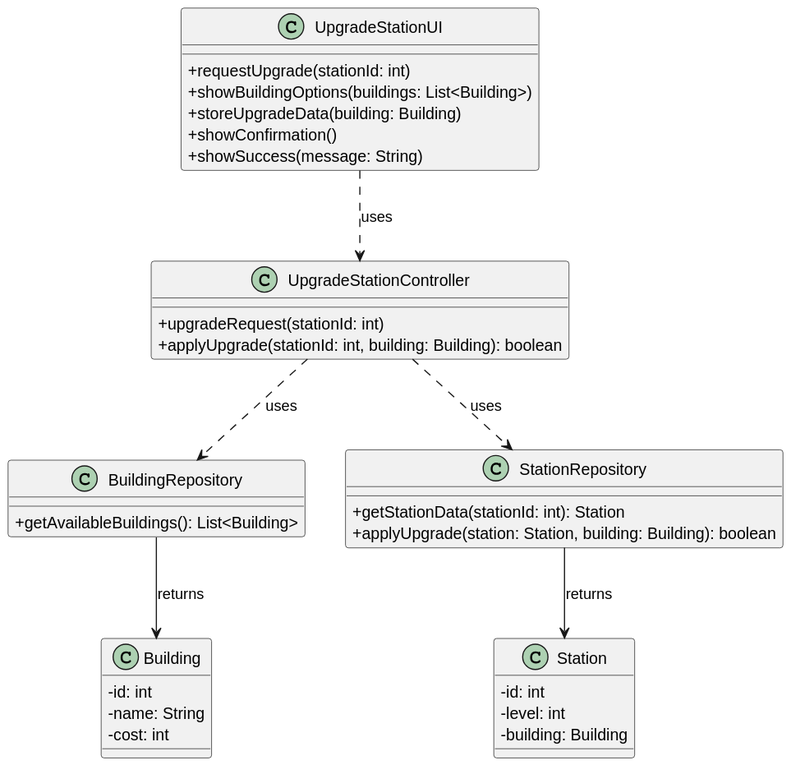
Before: docs/system-documentation/US006/03.design/svg/US006-CD.svg, a diagram exported from PlantUML (goncalolopesp/sem2-pi-24.25-g093-repo). Its diagram source:
```plantuml
@startuml
skinparam packageStyle rectangle
skinparam shadowing false
skinparam linetype polyline
skinparam classAttributeIconSize 0

class UpgradeStationUI {
  + requestUpgrade(stationId: int)
  + showBuildingOptions(buildings: List<Building>)
  + storeUpgradeData(building: Building)
  + showConfirmation()
  + showSuccess(message: String)
}

class UpgradeStationController {
  + upgradeRequest(stationId: int)
  + applyUpgrade(stationId: int, building: Building): boolean
}

class BuildingRepository {
  + getAvailableBuildings(): List<Building>
}

class StationRepository {
  + getStationData(stationId: int): Station
  + applyUpgrade(station: Station, building: Building): boolean
}

class Building {
  - id: int
  - name: String
  - cost: int
}

class Station {
  - id: int
  - level: int
  - building: Building
}

UpgradeStationUI ..> UpgradeStationController     : uses
UpgradeStationController ..> BuildingRepository   : uses
UpgradeStationController ..> StationRepository    : uses

BuildingRepository --> Building    : returns
StationRepository  --> Station     : returns
@enduml
```
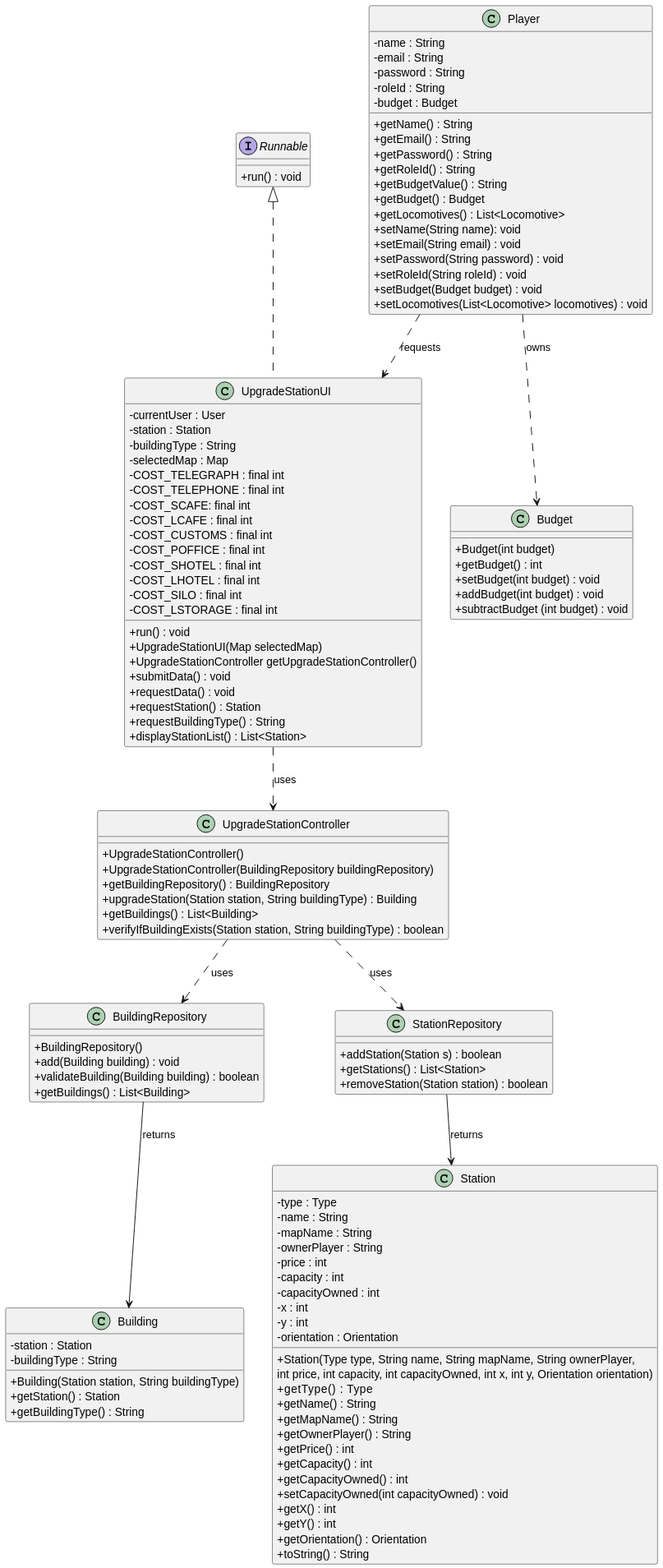
The same diagram one commit later.

Change to the diagram source:
```diff
@@ -4,39 +4,124 @@
 skinparam linetype polyline
 skinparam classAttributeIconSize 0
 
-class UpgradeStationUI {
-  + requestUpgrade(stationId: int)
-  + showBuildingOptions(buildings: List<Building>)
-  + storeUpgradeData(building: Building)
-  + showConfirmation()
-  + showSuccess(message: String)
+interface Runnable{
+    + run() : void
+}
+class UpgradeStationUI implements Runnable {
+  - currentUser : User
+  - station : Station
+  - buildingType : String
+  - selectedMap : Map
+  - COST_TELEGRAPH : final int
+  - COST_TELEPHONE : final int
+  - COST_SCAFE: final int
+  - COST_LCAFE : final int
+  - COST_CUSTOMS : final int
+  - COST_POFFICE : final int
+  - COST_SHOTEL : final int
+  - COST_LHOTEL : final int
+  - COST_SILO : final int
+  - COST_LSTORAGE : final int
+  + run() : void
+  + UpgradeStationUI(Map selectedMap)
+  + UpgradeStationController getUpgradeStationController()
+  + submitData() : void
+  + requestData() : void
+  + requestStation() : Station
+  + requestBuildingType() : String
+  + displayStationList() : List<Station>
 }
 
 class UpgradeStationController {
-  + upgradeRequest(stationId: int)
-  + applyUpgrade(stationId: int, building: Building): boolean
+  + UpgradeStationController()
+  + UpgradeStationController(BuildingRepository buildingRepository)
+  + getBuildingRepository() : BuildingRepository
+  + upgradeStation(Station station, String buildingType) : Building
+  + getBuildings() : List<Building>
+  + verifyIfBuildingExists(Station station, String buildingType) : boolean
 }
 
 class BuildingRepository {
-  + getAvailableBuildings(): List<Building>
+  + BuildingRepository()
+  + add(Building building) : void
+  + validateBuilding(Building building) : boolean
+  + getBuildings() : List<Building>
 }
 
 class StationRepository {
-  + getStationData(stationId: int): Station
-  + applyUpgrade(station: Station, building: Building): boolean
+  + addStation(Station s) : boolean
+  + getStations() : List<Station>
+  + removeStation(Station station) : boolean
 }
 
 class Building {
-  - id: int
-  - name: String
-  - cost: int
+  - station : Station
+  - buildingType : String
+  + Building(Station station, String buildingType)
+  + getStation() : Station
+  + getBuildingType() : String
 }
 
 class Station {
-  - id: int
-  - level: int
-  - building: Building
+    - type : Type
+    - name : String
+    - mapName : String
+    - ownerPlayer : String
+    - price : int
+    - capacity : int
+    - capacityOwned : int
+    - x : int
+    - y : int
+    - orientation : Orientation
+    + Station(Type type, String name, String mapName, String ownerPlayer,
+                         int price, int capacity, int capacityOwned, int x, int y, Orientation orientation)
+    + getType()   : Type
+    + getName() : String
+    + getMapName() : String
+    + getOwnerPlayer() : String
+    + getPrice() : int
+    + getCapacity() : int
+    + getCapacityOwned() : int
+    + setCapacityOwned(int capacityOwned) : void
+    + getX() : int
+    + getY() : int
+    + getOrientation() : Orientation
+    + toString() : String
+
 }
+
+class Player {
+    - name : String
+    - email : String
+    - password : String
+    - roleId : String
+    - budget : Budget
+    + getName() : String
+    + getEmail() : String
+    + getPassword() : String
+    + getRoleId() : String
+    + getBudgetValue() : String
+    + getBudget() : Budget
+    + getLocomotives() : List<Locomotive>
+    + setName(String name): void
+    + setEmail(String email) : void
+    + setPassword(String password) : void
+    + setRoleId(String roleId) : void
+    + setBudget(Budget budget) : void
+    + setLocomotives(List<Locomotive> locomotives) : void
+
+}
+
+class Budget {
+    + Budget(int budget)
+    + getBudget() : int
+    + setBudget(int budget) : void
+    + addBudget(int budget) : void
+    + subtractBudget (int budget) : void
+}
+
+Player ..> Budget : owns
+Player ..> UpgradeStationUI : requests
 
 UpgradeStationUI ..> UpgradeStationController     : uses
 UpgradeStationController ..> BuildingRepository   : uses
```
